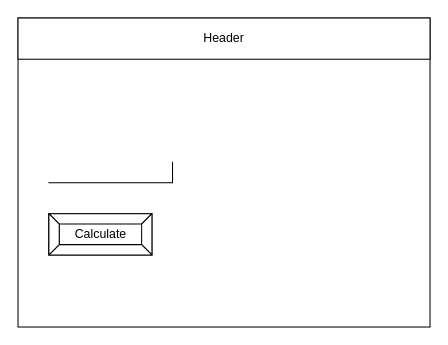
Above: design/story-board.drawio in Alex-Nelson-1/ISC2O-UNIT5-04-JS-AND-OR (draw.io), before the change. Source tidied: cells renumbered, new cells numbered last; positions are measured from the earlier drawing's top-left corner, leaving out a move shared by most shapes. Both pictures are drawn from the tidied source at 103%, with x=0, y=0 at pixel (18, 18).
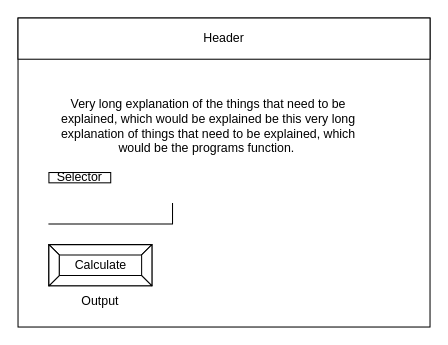
After the change.

Commit message (it also covers changes not shown here):
Flow chart and Storyboard saved

What changed in the source:
```diff
@@
 <mxGraphModel>
   <root>
     <mxCell id="0" />
     <mxCell id="1" parent="0" />
     <mxCell id="2" style="rounded=0;whiteSpace=wrap;html=1;" parent="1" vertex="1">
       <mxGeometry width="400" height="300" as="geometry" />
     </mxCell>
     <mxCell id="3" value="Header" style="rounded=0;whiteSpace=wrap;html=1;" parent="1" vertex="1">
       <mxGeometry width="400" height="40" as="geometry" />
     </mxCell>
     <mxCell id="4" style="shape=partialRectangle;whiteSpace=wrap;html=1;top=0;left=0;fillColor=none;" parent="1" vertex="1">
-      <mxGeometry x="30" y="140" width="120" height="20" as="geometry" />
+      <mxGeometry x="30" y="180" width="120" height="20" as="geometry" />
     </mxCell>
     <mxCell id="5" value="Calculate" style="labelPosition=center;verticalLabelPosition=middle;align=center;html=1;shape=mxgraph.basic.button;dx=10;" parent="1" vertex="1">
-      <mxGeometry x="30" y="190" width="100" height="40" as="geometry" />
+      <mxGeometry x="30" y="220" width="100" height="40" as="geometry" />
     </mxCell>
+    <mxCell id="6" value="Very long explanation of the things that need to be explained, which would be explained be this very long explanation of things that need to be explained, which would be the programs function.&amp;nbsp;" style="text;html=1;strokeColor=none;fillColor=none;align=center;verticalAlign=middle;whiteSpace=wrap;rounded=0;" parent="1" vertex="1">
+      <mxGeometry x="30" y="60" width="310" height="90" as="geometry" />
+    </mxCell>
+    <mxCell id="7" value="Selector" style="rounded=0;whiteSpace=wrap;html=1;" parent="1" vertex="1">
+      <mxGeometry x="30" y="150" width="60" height="10" as="geometry" />
+    </mxCell>
+    <mxCell id="8" value="Output" style="text;html=1;strokeColor=none;fillColor=none;align=center;verticalAlign=middle;whiteSpace=wrap;rounded=0;" parent="1" vertex="1">
+      <mxGeometry x="50" y="260" width="60" height="30" as="geometry" />
+    </mxCell>
   </root>
 </mxGraphModel>
```
